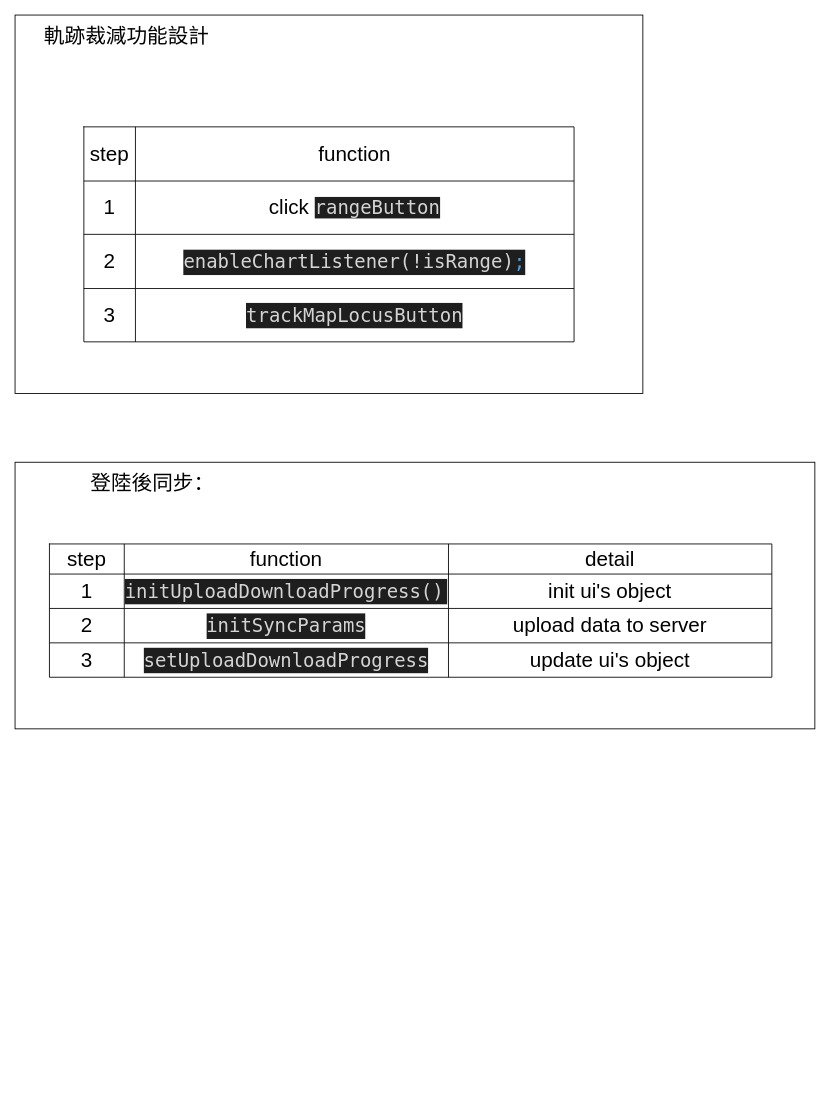
pengzhen80/PigeonRace keeps this draw.io diagram as page "app功能設計" (7 of 7) of skyleader2.0.drawio. Above is the earlier version. Source tidied: cells renumbered, new cells numbered last; positions are measured from the earlier drawing's top-left corner, leaving out a move shared by most shapes. Both pictures are drawn from the tidied source at 86%, with x=0, y=0 at pixel (15, 15).
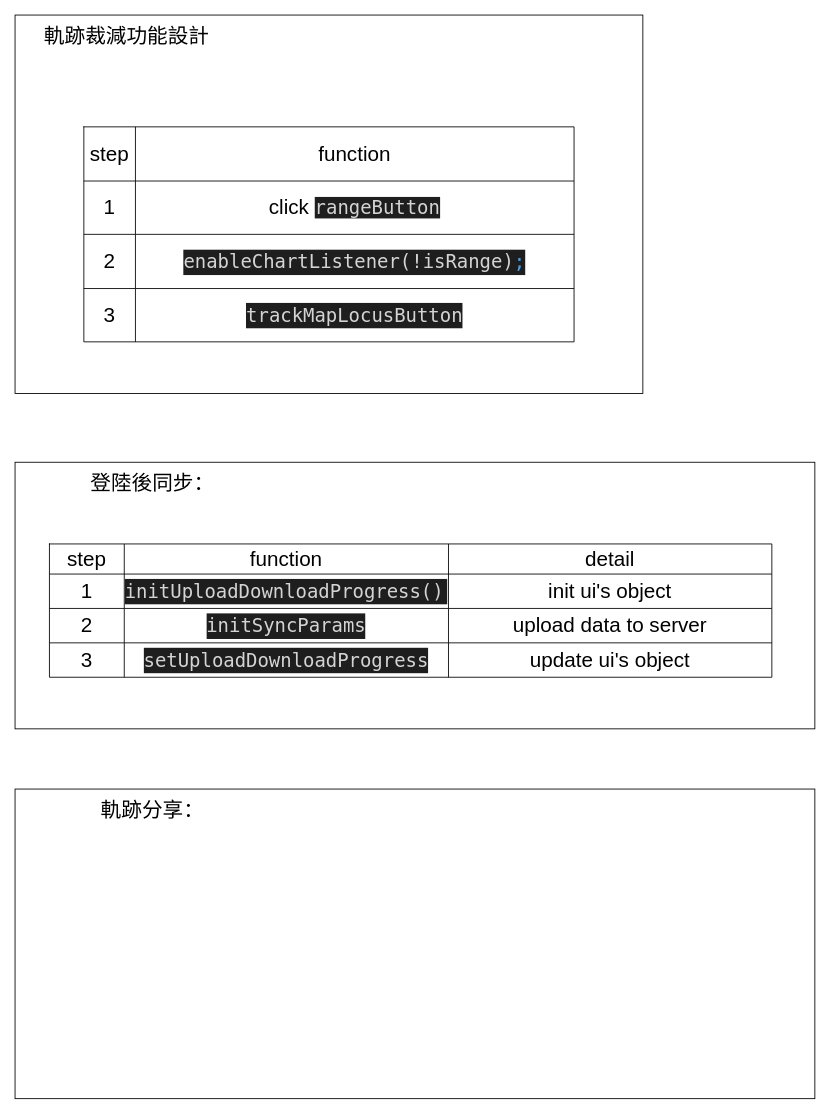
Above is the later version.

Diff of the diagram source:
```diff
@@
+    <mxCell id="36" style="rounded=0;whiteSpace=wrap;html=1;fontSize=24;" parent="1" vertex="1">
+      <mxGeometry y="900" width="930" height="360" as="geometry" />
+    </mxCell>
+    <mxCell id="37" value="軌跡分享：" style="text;html=1;strokeColor=none;fillColor=none;align=center;verticalAlign=middle;whiteSpace=wrap;rounded=0;fontSize=24;" parent="1" vertex="1">
+      <mxGeometry x="20" y="910" width="280" height="30" as="geometry" />
+    </mxCell>
```
